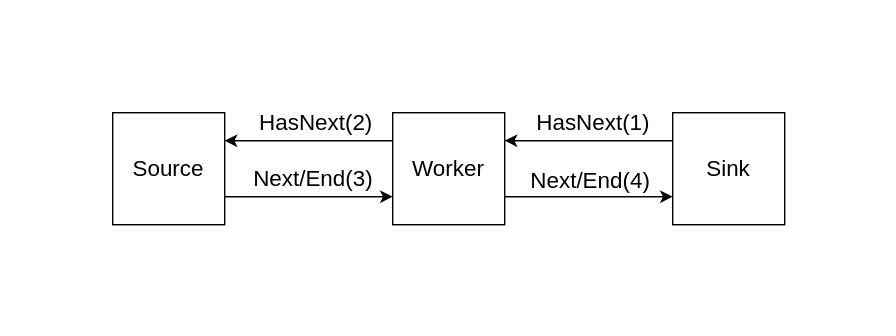
shlax/wisp keeps this draw.io diagram as doc/stream.drawio.svg. Above is the earlier version. Source tidied: cells renumbered, new cells last; positions are measured from the earlier drawing's top-left corner, leaving out a move shared by most shapes.
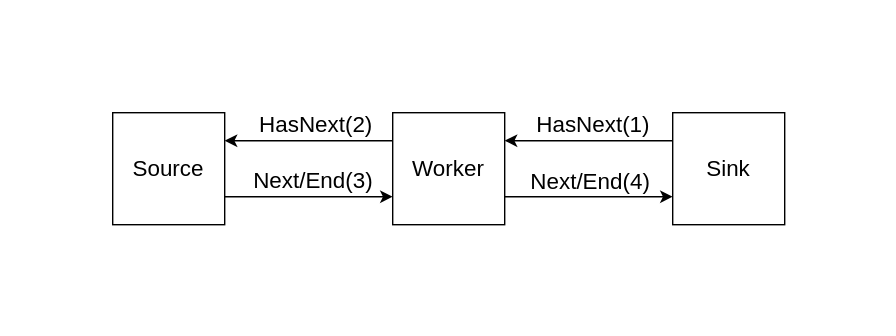
After the change.

What changed in the source:
```diff
@@ -11,7 +11,7 @@
     <mxCell id="4" style="endArrow=classic;html=1;rounded=0;entryX=0;entryY=0.75;entryDx=0;entryDy=0;exitX=1;exitY=0.75;exitDx=0;exitDy=0;" parent="1" edge="1" source="2" target="10">
       <mxGeometry relative="1" as="geometry" />
     </mxCell>
-    <mxCell id="5" style="swimlane;startSize=0;fillStyle=solid;fillColor=#FFFFFF;gradientColor=none;strokeColor=none;rounded=1;" parent="1" vertex="1">
+    <mxCell id="5" style="swimlane;startSize=0;fillStyle=solid;fillColor=none;gradientColor=none;strokeColor=none;rounded=1;" parent="1" vertex="1">
       <mxGeometry width="640" height="240" as="geometry" />
     </mxCell>
     <mxCell id="6" value="Sink" style="rounded=0;whiteSpace=wrap;html=1;fontSize=16;" parent="5" vertex="1">
```
